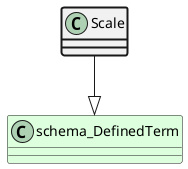
Before: ttl_uml/ttl_appn_Scale.png, a diagram exported from PlantUML (aus-plant-phenomics-network/appn-schema).
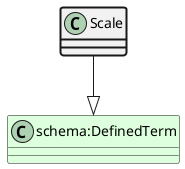
The same file after the commit.

What changed in the source:
```diff
@@ -1,5 +1,5 @@
 @startuml
 class Scale  #line.bold
-class schema_DefinedTerm #DDFFDD
-Scale --|> schema_DefinedTerm
+class "schema:DefinedTerm" #DDFFDD
+Scale --|> "schema:DefinedTerm"
 @enduml
```
